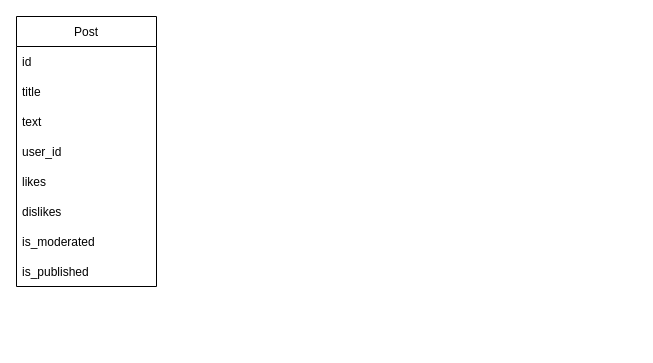
Before: Untitled Diagram.drawio in melloncholy/authv5, a draw.io diagram. Source tidied: cells renumbered, new cells numbered last; positions are measured from the earlier drawing's top-left corner, leaving out a move shared by most shapes. Both pictures are drawn from the tidied source at 100%, with x=0, y=0 at pixel (16, 16).
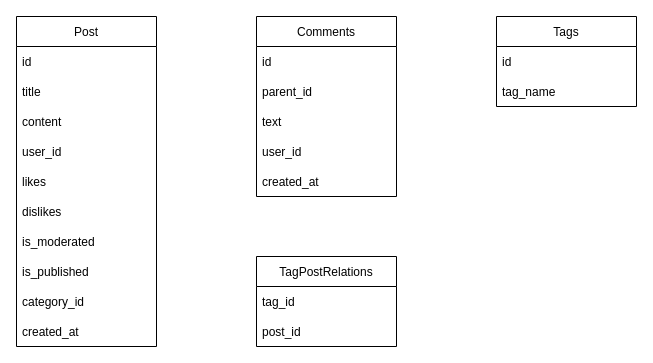
The same page after the edit.

Change to the diagram source:
```diff
@@
     <mxCell id="2" value="Post" style="swimlane;fontStyle=0;horizontal=1;startSize=30;" parent="1" vertex="1">
-      <mxGeometry width="140" height="270" as="geometry" />
+      <mxGeometry width="140" height="330" as="geometry" />
     </mxCell>
@@
-    <mxCell id="5" value="text" style="text;strokeColor=none;fillColor=none;align=left;verticalAlign=middle;spacingLeft=4;spacingRight=4;overflow=hidden;" parent="2" vertex="1">
+    <mxCell id="5" value="content" style="text;strokeColor=none;fillColor=none;align=left;verticalAlign=middle;spacingLeft=4;spacingRight=4;overflow=hidden;" parent="2" vertex="1">
       <mxGeometry y="90" width="140" height="30" as="geometry" />
     </mxCell>
@@
+    <mxCell id="11" value="category_id" style="text;strokeColor=none;fillColor=none;align=left;verticalAlign=middle;spacingLeft=4;spacingRight=4;overflow=hidden;" parent="2" vertex="1">
+      <mxGeometry y="270" width="140" height="30" as="geometry" />
+    </mxCell>
+    <mxCell id="12" value="created_at" style="text;strokeColor=none;fillColor=none;align=left;verticalAlign=middle;spacingLeft=4;spacingRight=4;overflow=hidden;" parent="2" vertex="1">
+      <mxGeometry y="300" width="140" height="30" as="geometry" />
+    </mxCell>
+    <mxCell id="13" value="Comments" style="swimlane;fontStyle=0;horizontal=1;startSize=30;" parent="1" vertex="1">
+      <mxGeometry x="240" width="140" height="180" as="geometry" />
+    </mxCell>
+    <mxCell id="14" value="id" style="text;strokeColor=none;fillColor=none;align=left;verticalAlign=middle;spacingLeft=4;spacingRight=4;overflow=hidden;" parent="13" vertex="1">
+      <mxGeometry y="30" width="140" height="30" as="geometry" />
+    </mxCell>
+    <mxCell id="15" value="parent_id" style="text;strokeColor=none;fillColor=none;align=left;verticalAlign=middle;spacingLeft=4;spacingRight=4;overflow=hidden;" parent="13" vertex="1">
+      <mxGeometry y="60" width="140" height="30" as="geometry" />
+    </mxCell>
+    <mxCell id="16" value="text" style="text;strokeColor=none;fillColor=none;align=left;verticalAlign=middle;spacingLeft=4;spacingRight=4;overflow=hidden;" parent="13" vertex="1">
+      <mxGeometry y="90" width="140" height="30" as="geometry" />
+    </mxCell>
+    <mxCell id="17" value="user_id" style="text;strokeColor=none;fillColor=none;align=left;verticalAlign=middle;spacingLeft=4;spacingRight=4;overflow=hidden;" parent="13" vertex="1">
+      <mxGeometry y="120" width="140" height="30" as="geometry" />
+    </mxCell>
+    <mxCell id="18" value="created_at" style="text;strokeColor=none;fillColor=none;align=left;verticalAlign=middle;spacingLeft=4;spacingRight=4;overflow=hidden;" parent="13" vertex="1">
+      <mxGeometry y="150" width="140" height="30" as="geometry" />
+    </mxCell>
+    <mxCell id="19" value="Tags" style="swimlane;fontStyle=0;horizontal=1;startSize=30;" parent="1" vertex="1">
+      <mxGeometry x="480" width="140" height="90" as="geometry" />
+    </mxCell>
+    <mxCell id="20" value="id" style="text;strokeColor=none;fillColor=none;align=left;verticalAlign=middle;spacingLeft=4;spacingRight=4;overflow=hidden;" parent="19" vertex="1">
+      <mxGeometry y="30" width="140" height="30" as="geometry" />
+    </mxCell>
+    <mxCell id="21" value="tag_name" style="text;strokeColor=none;fillColor=none;align=left;verticalAlign=middle;spacingLeft=4;spacingRight=4;overflow=hidden;" parent="19" vertex="1">
+      <mxGeometry y="60" width="140" height="30" as="geometry" />
+    </mxCell>
+    <mxCell id="22" value="TagPostRelations" style="swimlane;fontStyle=0;horizontal=1;startSize=30;" parent="1" vertex="1">
+      <mxGeometry x="240" y="240" width="140" height="90" as="geometry" />
+    </mxCell>
+    <mxCell id="23" value="tag_id" style="text;strokeColor=none;fillColor=none;align=left;verticalAlign=middle;spacingLeft=4;spacingRight=4;overflow=hidden;" parent="22" vertex="1">
+      <mxGeometry y="30" width="140" height="30" as="geometry" />
+    </mxCell>
+    <mxCell id="24" value="post_id" style="text;strokeColor=none;fillColor=none;align=left;verticalAlign=middle;spacingLeft=4;spacingRight=4;overflow=hidden;" parent="22" vertex="1">
+      <mxGeometry y="60" width="140" height="30" as="geometry" />
+    </mxCell>
```
